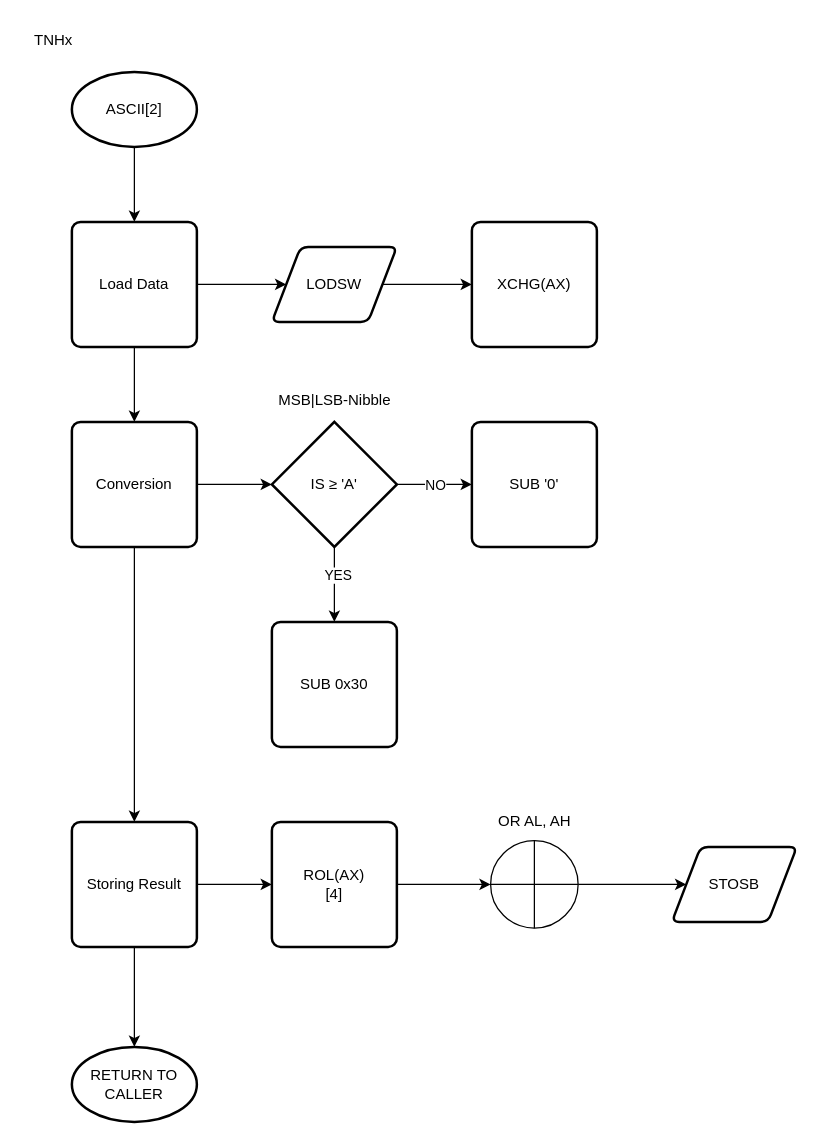
Above: source/converters/ascii-hex/flowchartF/TNHx.drawio in quinnzaballa/MiCoreX32 (draw.io), before the change. Source tidied: cells renumbered, new cells numbered last; positions are measured from the earlier drawing's top-left corner, leaving out a move shared by most shapes. Both pictures are drawn from the tidied source at 125%, with x=0, y=0 at pixel (21, 21).
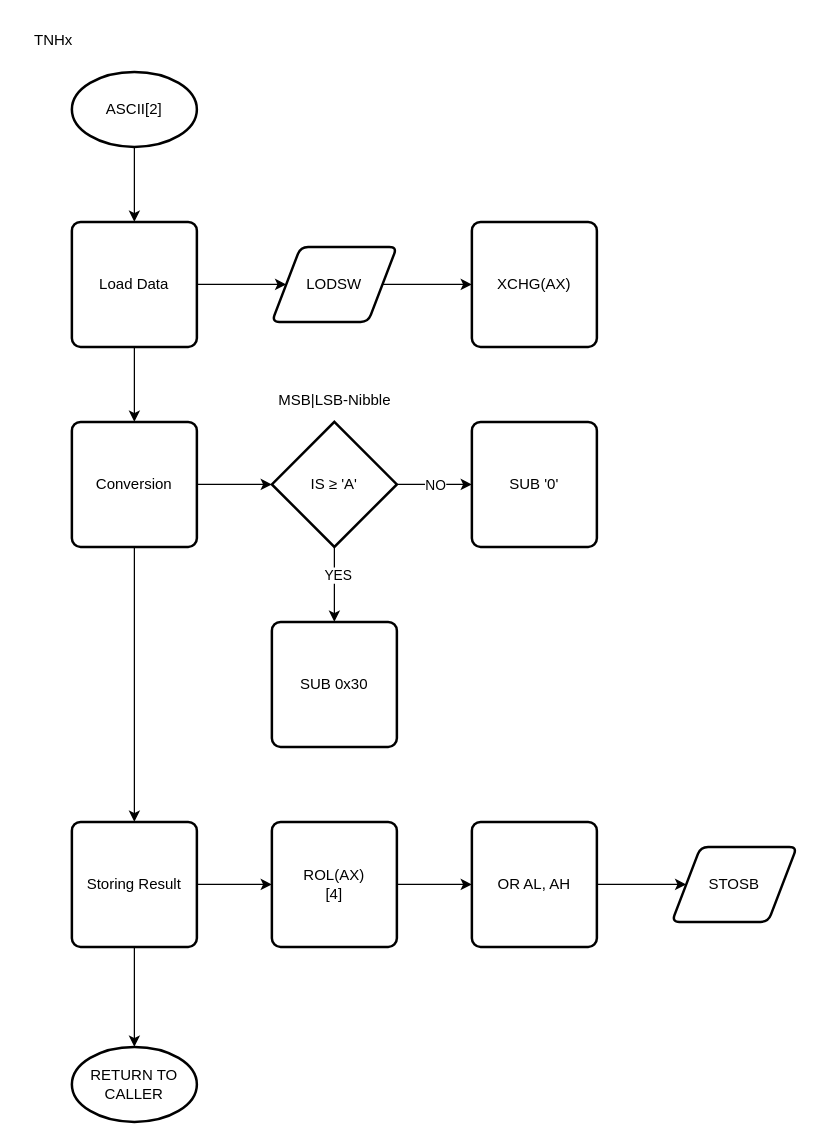
After the change.

Unchanged cells that the change refers to:
```xml
<mxCell id="26" value="ROL(AX)&lt;div&gt;[4]&lt;/div&gt;" style="rounded=1;whiteSpace=wrap;html=1;absoluteArcSize=1;arcSize=14;strokeWidth=2;" parent="1" vertex="1">
  <mxGeometry x="200" y="640" width="100" height="100" as="geometry" />
</mxCell>
<mxCell id="30" value="STOSB" style="shape=parallelogram;html=1;strokeWidth=2;perimeter=parallelogramPerimeter;whiteSpace=wrap;rounded=1;arcSize=12;size=0.23;" parent="1" vertex="1">
  <mxGeometry x="520" y="660" width="100" height="60" as="geometry" />
</mxCell>
```

Diff of the diagram source:
```diff
@@
-    <mxCell id="25" style="edgeStyle=orthogonalEdgeStyle;rounded=0;jettySize=auto;html=1;" parent="1" edge="1" source="26" target="28">
-      <mxGeometry relative="1" as="geometry" />
-    </mxCell>
+    <mxCell id="32" style="edgeStyle=orthogonalEdgeStyle;rounded=0;jettySize=auto;html=1;" parent="1" edge="1" source="26" target="29">
+      <mxGeometry relative="1" as="geometry" />
+    </mxCell>
@@
-    <mxCell id="27" style="edgeStyle=orthogonalEdgeStyle;rounded=0;jettySize=auto;html=1;" parent="1" edge="1" source="28" target="30">
-      <mxGeometry relative="1" as="geometry" />
-    </mxCell>
-    <mxCell id="28" style="verticalLabelPosition=bottom;verticalAlign=top;html=1;shape=mxgraph.flowchart.summing_function;" parent="1" vertex="1">
-      <mxGeometry x="375" y="655" width="70" height="70" as="geometry" />
-    </mxCell>
-    <mxCell id="29" value="OR AL, AH" style="text;html=1;align=center;verticalAlign=middle;points=[];strokeColor=none;fillColor=none;" parent="1" vertex="1">
-      <mxGeometry x="370" y="625" width="80" height="30" as="geometry" />
-    </mxCell>
@@
+    <mxCell id="33" style="edgeStyle=orthogonalEdgeStyle;rounded=0;jettySize=auto;html=1;" parent="1" edge="1" source="29" target="30">
+      <mxGeometry relative="1" as="geometry" />
+    </mxCell>
+    <mxCell id="29" value="&lt;span style=&quot;text-wrap-mode: nowrap;&quot;&gt;OR AL, AH&lt;/span&gt;" style="rounded=1;whiteSpace=wrap;html=1;absoluteArcSize=1;arcSize=14;strokeWidth=2;" parent="1" vertex="1">
+      <mxGeometry x="360" y="640" width="100" height="100" as="geometry" />
+    </mxCell>
```
